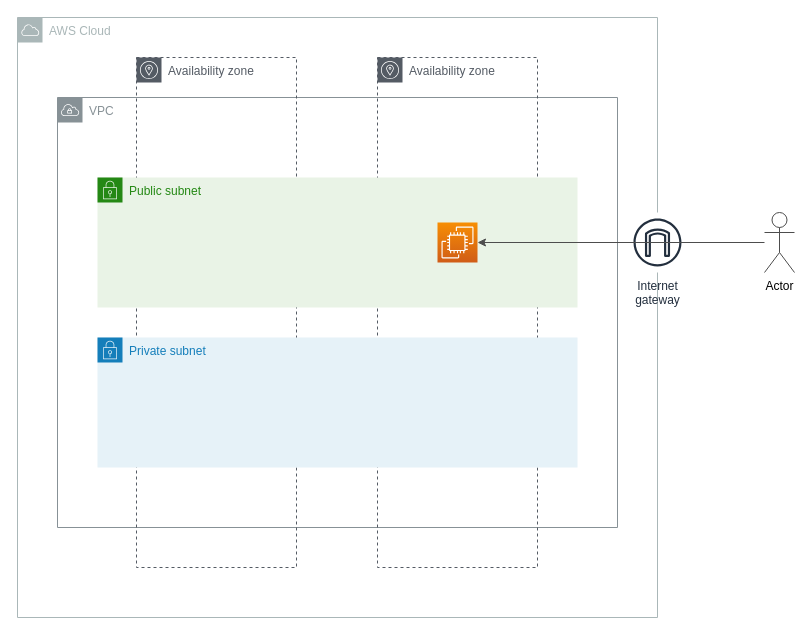
The draw.io diagram asset/arch.dio in uzurauser/04-ec2-demo, before the edit. Source tidied: cells renumbered, new cells numbered last; positions are measured from the earlier drawing's top-left corner, leaving out a move shared by most shapes. Both pictures are drawn from the tidied source at 100%, with x=0, y=0 at pixel (17, 17).
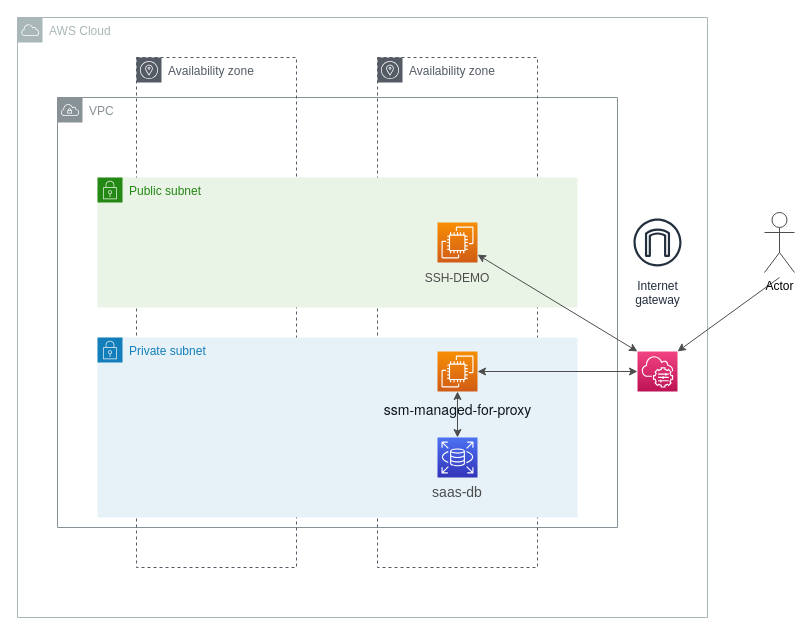
The same page after the edit.

The change refers to these unchanged cells:
```xml
<mxCell id="9" style="sketch=0;points=[[0,0,0],[0.25,0,0],[0.5,0,0],[0.75,0,0],[1,0,0],[0,1,0],[0.25,1,0],[0.5,1,0],[0.75,1,0],[1,1,0],[0,0.25,0],[0,0.5,0],[0,0.75,0],[1,0.25,0],[1,0.5,0],[1,0.75,0]];outlineConnect=0;fontColor=#232F3E;gradientColor=#F78E04;gradientDirection=north;fillColor=#D05C17;strokeColor=#ffffff;dashed=0;verticalLabelPosition=bottom;verticalAlign=top;align=center;html=1;fontSize=12;fontStyle=0;shape=mxgraph.aws4.resourceIcon;resIcon=mxgraph.aws4.ec2;" parent="1" vertex="1">
  <mxGeometry x="420" y="205" width="40" height="40" as="geometry" />
</mxCell>
<mxCell id="11" value="Actor" style="shape=umlActor;verticalLabelPosition=bottom;verticalAlign=top;html=1;outlineConnect=0;strokeColor=#4D4D4D;fillColor=none;" parent="1" vertex="1">
  <mxGeometry x="747" y="195" width="30" height="60" as="geometry" />
</mxCell>
```

Diff of the diagram source:
```diff
@@
     <mxCell id="2" value="AWS Cloud" style="sketch=0;gradientColor=none;html=1;whiteSpace=wrap;fontSize=12;fontStyle=0;shape=mxgraph.aws4.group;grIcon=mxgraph.aws4.group_aws_cloud;strokeColor=#AAB7B8;fillColor=none;verticalAlign=top;align=left;spacingLeft=30;fontColor=#AAB7B8;dashed=0;" parent="1" vertex="1">
-      <mxGeometry width="640" height="600" as="geometry" />
+      <mxGeometry width="690" height="600" as="geometry" />
     </mxCell>
@@
     <mxCell id="7" value="Private subnet" style="gradientColor=none;html=1;whiteSpace=wrap;fontSize=12;fontStyle=0;shape=mxgraph.aws4.group;grIcon=mxgraph.aws4.group_security_group;grStroke=0;strokeColor=#147EBA;fillColor=#E6F2F8;verticalAlign=top;align=left;spacingLeft=30;fontColor=#147EBA;dashed=0;" parent="1" vertex="1">
-      <mxGeometry x="80" y="320" width="480" height="130" as="geometry" />
+      <mxGeometry x="80" y="320" width="480" height="180" as="geometry" />
     </mxCell>
+    <mxCell id="12" style="sketch=0;points=[[0,0,0],[0.25,0,0],[0.5,0,0],[0.75,0,0],[1,0,0],[0,1,0],[0.25,1,0],[0.5,1,0],[0.75,1,0],[1,1,0],[0,0.25,0],[0,0.5,0],[0,0.75,0],[1,0.25,0],[1,0.5,0],[1,0.75,0]];outlineConnect=0;fontColor=#232F3E;gradientColor=#4D72F3;gradientDirection=north;fillColor=#3334B9;strokeColor=#ffffff;dashed=0;verticalLabelPosition=bottom;verticalAlign=top;align=center;html=1;fontSize=12;fontStyle=0;shape=mxgraph.aws4.resourceIcon;resIcon=mxgraph.aws4.rds;labelBackgroundColor=none;" parent="7" vertex="1">
+      <mxGeometry x="340" y="100" width="40" height="40" as="geometry" />
+    </mxCell>
+    <mxCell id="13" value="saas-db" style="text;strokeColor=none;align=center;fillColor=none;html=1;verticalAlign=middle;whiteSpace=wrap;rounded=0;labelBackgroundColor=none;fontSize=14;fontColor=#4D4D4D;" parent="7" vertex="1">
+      <mxGeometry x="330" y="140" width="60" height="30" as="geometry" />
+    </mxCell>
@@
+    <mxCell id="14" style="edgeStyle=none;html=1;entryX=0;entryY=0;entryDx=0;entryDy=0;entryPerimeter=0;strokeColor=#4D4D4D;fontSize=14;fontColor=#4D4D4D;startArrow=classic;startFill=1;" parent="1" edge="1" source="9" target="15">
+      <mxGeometry relative="1" as="geometry" />
+    </mxCell>
@@
-    <mxCell id="10" style="edgeStyle=none;html=1;strokeColor=#4D4D4D;" parent="1" edge="1" source="11" target="9">
-      <mxGeometry relative="1" as="geometry" />
+    <mxCell id="10" style="edgeStyle=none;html=1;strokeColor=#4D4D4D;entryX=1;entryY=0;entryDx=0;entryDy=0;entryPerimeter=0;" parent="1" edge="1" target="15">
+      <mxGeometry relative="1" as="geometry">
+        <mxPoint x="762" y="260" as="sourcePoint" />
+      </mxGeometry>
     </mxCell>
@@
+    <mxCell id="15" style="sketch=0;points=[[0,0,0],[0.25,0,0],[0.5,0,0],[0.75,0,0],[1,0,0],[0,1,0],[0.25,1,0],[0.5,1,0],[0.75,1,0],[1,1,0],[0,0.25,0],[0,0.5,0],[0,0.75,0],[1,0.25,0],[1,0.5,0],[1,0.75,0]];points=[[0,0,0],[0.25,0,0],[0.5,0,0],[0.75,0,0],[1,0,0],[0,1,0],[0.25,1,0],[0.5,1,0],[0.75,1,0],[1,1,0],[0,0.25,0],[0,0.5,0],[0,0.75,0],[1,0.25,0],[1,0.5,0],[1,0.75,0]];outlineConnect=0;fontColor=#232F3E;gradientColor=#F34482;gradientDirection=north;fillColor=#BC1356;strokeColor=#ffffff;dashed=0;verticalLabelPosition=bottom;verticalAlign=top;align=center;html=1;fontSize=12;fontStyle=0;shape=mxgraph.aws4.resourceIcon;resIcon=mxgraph.aws4.systems_manager;" parent="1" vertex="1">
+      <mxGeometry x="620" y="334" width="40" height="40" as="geometry" />
+    </mxCell>
+    <mxCell id="16" style="edgeStyle=none;html=1;entryX=0;entryY=0.5;entryDx=0;entryDy=0;entryPerimeter=0;fontSize=14;fontColor=#4D4D4D;strokeColor=#4D4D4D;startArrow=classic;startFill=1;" parent="1" edge="1" source="18" target="15">
+      <mxGeometry relative="1" as="geometry" />
+    </mxCell>
+    <mxCell id="17" style="edgeStyle=none;html=1;strokeColor=#4D4D4D;fontSize=14;fontColor=#4D4D4D;startArrow=classic;startFill=1;" parent="1" edge="1" source="18" target="12">
+      <mxGeometry relative="1" as="geometry" />
+    </mxCell>
+    <mxCell id="18" style="sketch=0;points=[[0,0,0],[0.25,0,0],[0.5,0,0],[0.75,0,0],[1,0,0],[0,1,0],[0.25,1,0],[0.5,1,0],[0.75,1,0],[1,1,0],[0,0.25,0],[0,0.5,0],[0,0.75,0],[1,0.25,0],[1,0.5,0],[1,0.75,0]];outlineConnect=0;fontColor=#232F3E;gradientColor=#F78E04;gradientDirection=north;fillColor=#D05C17;strokeColor=#ffffff;dashed=0;verticalLabelPosition=bottom;verticalAlign=top;align=center;html=1;fontSize=12;fontStyle=0;shape=mxgraph.aws4.resourceIcon;resIcon=mxgraph.aws4.ec2;" parent="1" vertex="1">
+      <mxGeometry x="420" y="334" width="40" height="40" as="geometry" />
+    </mxCell>
+    <mxCell id="19" value="SSH-DEMO" style="text;strokeColor=none;align=center;fillColor=none;html=1;verticalAlign=middle;whiteSpace=wrap;rounded=0;fontColor=#4D4D4D;" parent="1" vertex="1">
+      <mxGeometry x="385" y="246" width="110" height="30" as="geometry" />
+    </mxCell>
+    <mxCell id="20" value="&lt;h2 style=&quot;line-height: 22px; -webkit-font-smoothing: antialiased; margin-block: 5px 0px; padding-block: 0px; padding-inline: 0px; color: rgb(15, 20, 26); font-family: &amp;quot;Amazon Ember&amp;quot;, &amp;quot;Helvetica Neue&amp;quot;, Roboto, Arial, sans-serif; text-align: start; font-size: 14px;&quot; id=&quot;split-panel-header14-1749998189690-3171&quot; class=&quot;awsui_header-text_1r9lg_6tvbw_398 awsui_header-text_rjqu5_zu8o5_6&quot;&gt;&lt;span style=&quot;font-weight: normal; font-size: 14px;&quot;&gt;&lt;font style=&quot;font-size: 14px;&quot;&gt;ssm-managed-for-proxy&lt;/font&gt;&lt;/span&gt;&lt;/h2&gt;" style="text;strokeColor=none;align=center;fillColor=none;html=1;verticalAlign=middle;whiteSpace=wrap;rounded=0;fontColor=#4D4D4D;labelBackgroundColor=none;fontSize=14;" parent="1" vertex="1">
+      <mxGeometry x="357.5" y="374" width="165" height="30" as="geometry" />
+    </mxCell>
```
